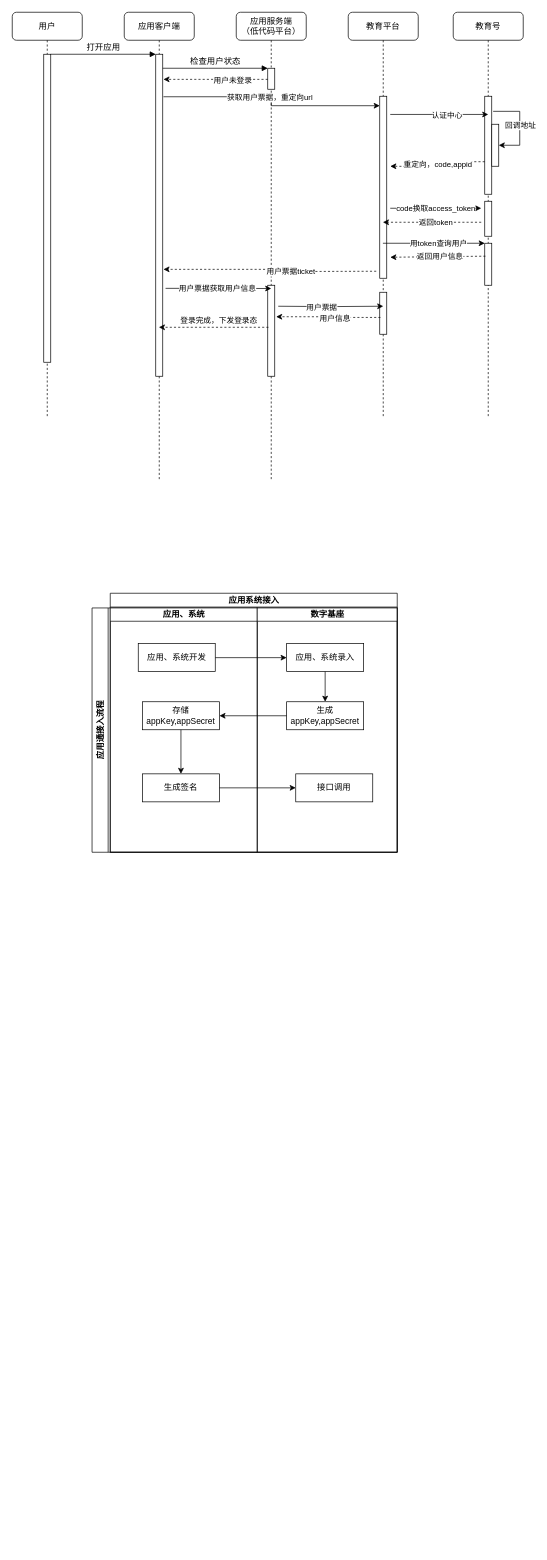
Earlier version of the draw.io diagram 低代码应用单点登录流程.drawio (liangdengming/diagrams). Source tidied: cells renumbered, new cells numbered last; positions are measured from the earlier drawing's top-left corner, leaving out a move shared by most shapes. Both pictures are drawn from the tidied source at 70%, with x=0, y=0 at pixel (12, 12).
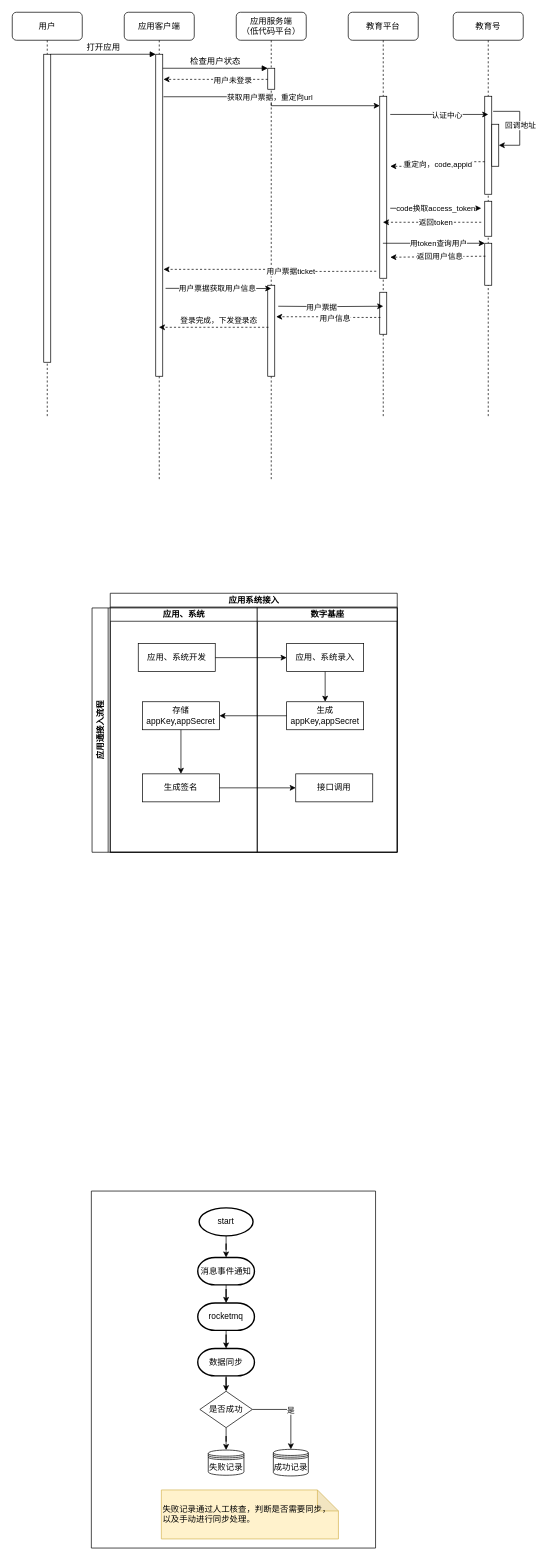
Above is the later version.

Commit message:
更新低代码应用单点登录流程.drawio

Diff of the diagram source:
```diff
@@
+    <mxCell id="66" style="swimlane;startSize=0;" parent="1" vertex="1">
+      <mxGeometry x="113" y="1684" width="406" height="510" as="geometry" />
+    </mxCell>
+    <mxCell id="67" value="rocketmq" style="strokeWidth=2;html=1;shape=mxgraph.flowchart.terminator;whiteSpace=wrap;" parent="66" vertex="1">
+      <mxGeometry x="152" y="160" width="81" height="39" as="geometry" />
+    </mxCell>
+    <mxCell id="68" style="edgeStyle=orthogonalEdgeStyle;rounded=0;jettySize=auto;html=1;" parent="66" edge="1" source="69" target="77">
+      <mxGeometry relative="1" as="geometry" />
+    </mxCell>
+    <mxCell id="69" value="数据同步" style="strokeWidth=2;html=1;shape=mxgraph.flowchart.terminator;whiteSpace=wrap;" parent="66" vertex="1">
+      <mxGeometry x="152" y="225" width="81" height="39" as="geometry" />
+    </mxCell>
+    <mxCell id="70" style="edgeStyle=orthogonalEdgeStyle;rounded=0;jettySize=auto;html=1;entryX=0.5;entryY=0;entryDx=0;entryDy=0;entryPerimeter=0;" parent="66" edge="1" source="67" target="69">
+      <mxGeometry relative="1" as="geometry" />
+    </mxCell>
+    <mxCell id="71" style="edgeStyle=orthogonalEdgeStyle;rounded=0;jettySize=auto;html=1;entryX=0.5;entryY=0;entryDx=0;entryDy=0;entryPerimeter=0;" parent="66" edge="1" source="72" target="74">
+      <mxGeometry relative="1" as="geometry" />
+    </mxCell>
+    <mxCell id="72" value="start" style="strokeWidth=2;html=1;shape=mxgraph.flowchart.start_1;whiteSpace=wrap;" parent="66" vertex="1">
+      <mxGeometry x="154" y="24" width="77" height="40" as="geometry" />
+    </mxCell>
+    <mxCell id="73" style="edgeStyle=orthogonalEdgeStyle;rounded=0;jettySize=auto;html=1;entryX=0.5;entryY=0;entryDx=0;entryDy=0;entryPerimeter=0;" parent="66" edge="1" source="74" target="67">
+      <mxGeometry relative="1" as="geometry" />
+    </mxCell>
+    <mxCell id="74" value="消息事件通知" style="strokeWidth=2;html=1;shape=mxgraph.flowchart.terminator;whiteSpace=wrap;" parent="66" vertex="1">
+      <mxGeometry x="152" y="95" width="81" height="39" as="geometry" />
+    </mxCell>
+    <mxCell id="75" value="是" style="edgeStyle=orthogonalEdgeStyle;rounded=0;jettySize=auto;html=1;entryX=0.5;entryY=0;entryDx=0;entryDy=0;" parent="66" edge="1" source="77" target="79">
+      <mxGeometry relative="1" as="geometry" />
+    </mxCell>
+    <mxCell id="76" style="edgeStyle=orthogonalEdgeStyle;rounded=0;jettySize=auto;html=1;entryX=0.5;entryY=0;entryDx=0;entryDy=0;" parent="66" edge="1" source="77" target="78">
+      <mxGeometry relative="1" as="geometry" />
+    </mxCell>
+    <mxCell id="77" value="是否成功" style="rhombus;whiteSpace=wrap;html=1;" parent="66" vertex="1">
+      <mxGeometry x="155" y="286" width="75" height="52" as="geometry" />
+    </mxCell>
+    <mxCell id="78" value="失败记录" style="shape=datastore;whiteSpace=wrap;html=1;" parent="66" vertex="1">
+      <mxGeometry x="167" y="370" width="51" height="36" as="geometry" />
+    </mxCell>
+    <mxCell id="79" value="成功记录" style="shape=datastore;whiteSpace=wrap;html=1;" parent="66" vertex="1">
+      <mxGeometry x="260" y="369" width="50" height="38" as="geometry" />
+    </mxCell>
+    <mxCell id="80" value="失败记录通过人工核查，判断是否需要同步，以及手动进行同步处理。" style="shape=note;whiteSpace=wrap;html=1;backgroundOutline=1;darkOpacity=0.05;fillColor=#fff2cc;strokeColor=#d6b656;align=left;" parent="66" vertex="1">
+      <mxGeometry x="100" y="427" width="253" height="70" as="geometry" />
+    </mxCell>
```
